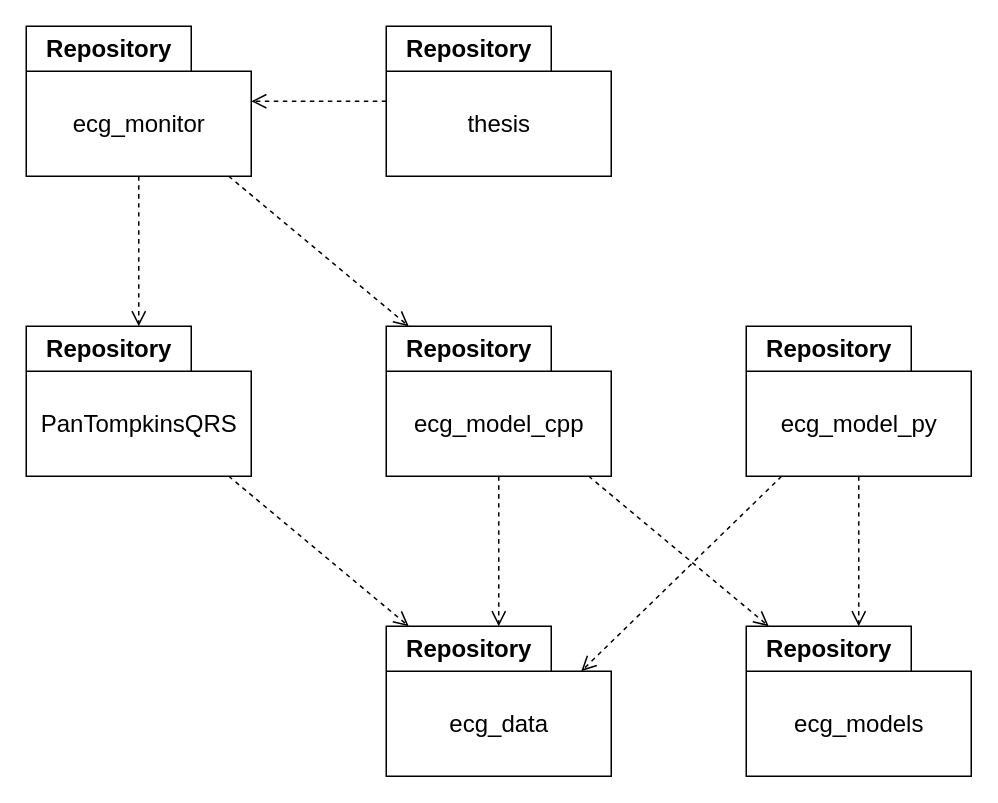
Before: assets/repositories.drawio in CCXXXI/thesis, a draw.io diagram. Source tidied: cells renumbered, new cells numbered last; positions are measured from the earlier drawing's top-left corner, leaving out a move shared by most shapes. Both pictures are drawn from the tidied source at 150%, with x=0, y=0 at pixel (26, 26).
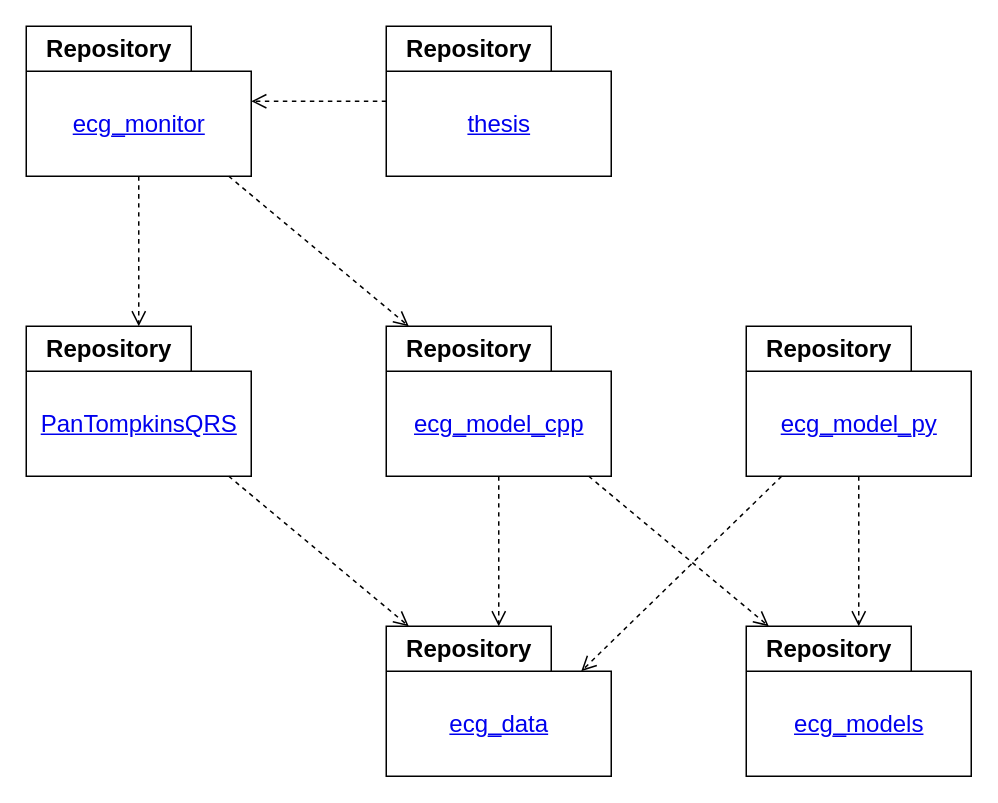
Above is the later version.

Commit message (it also covers changes not shown here):
chore(assets): add links to repositories diagram

Unchanged cells that the change refers to:
```xml
<mxCell id="2" value="Repository" style="shape=folder;fontStyle=1;tabWidth=110;tabHeight=30;tabPosition=left;html=1;boundedLbl=1;labelInHeader=1;fontSize=16;" parent="1" vertex="1">
  <mxGeometry x="240" width="150" height="100" as="geometry" />
</mxCell>
<mxCell id="4" value="Repository" style="shape=folder;fontStyle=1;tabWidth=110;tabHeight=30;tabPosition=left;html=1;boundedLbl=1;labelInHeader=1;fontSize=16;" parent="1" vertex="1">
  <mxGeometry x="240" y="200" width="150" height="100" as="geometry" />
</mxCell>
<mxCell id="6" value="Repository" style="shape=folder;fontStyle=1;tabWidth=110;tabHeight=30;tabPosition=left;html=1;boundedLbl=1;labelInHeader=1;fontSize=16;" parent="1" vertex="1">
  <mxGeometry x="480" y="200" width="150" height="100" as="geometry" />
</mxCell>
<mxCell id="8" value="Repository" style="shape=folder;fontStyle=1;tabWidth=110;tabHeight=30;tabPosition=left;html=1;boundedLbl=1;labelInHeader=1;fontSize=16;" parent="1" vertex="1">
  <mxGeometry x="480" y="400" width="150" height="100" as="geometry" />
</mxCell>
<mxCell id="10" value="Repository" style="shape=folder;fontStyle=1;tabWidth=110;tabHeight=30;tabPosition=left;html=1;boundedLbl=1;labelInHeader=1;fontSize=16;" parent="1" vertex="1">
  <mxGeometry width="150" height="100" as="geometry" />
</mxCell>
<mxCell id="12" value="Repository" style="shape=folder;fontStyle=1;tabWidth=110;tabHeight=30;tabPosition=left;html=1;boundedLbl=1;labelInHeader=1;fontSize=16;" parent="1" vertex="1">
  <mxGeometry x="240" y="400" width="150" height="100" as="geometry" />
</mxCell>
<mxCell id="14" value="Repository" style="shape=folder;fontStyle=1;tabWidth=110;tabHeight=30;tabPosition=left;html=1;boundedLbl=1;labelInHeader=1;fontSize=16;" parent="1" vertex="1">
  <mxGeometry y="200" width="150" height="100" as="geometry" />
</mxCell>
```

Change to the diagram source:
```diff
@@
-    <mxCell id="3" value="thesis" style="html=1;strokeColor=none;fillColor=none;fontSize=16;" parent="2" vertex="1">
+    <mxCell id="3" value="&lt;a href=&quot;https://github.com/CCXXXI/thesis&quot;&gt;thesis&lt;/a&gt;" style="html=1;strokeColor=none;fillColor=none;fontSize=16;" parent="2" vertex="1">
       <mxGeometry width="150" height="70" relative="1" as="geometry">
         <mxPoint y="30" as="offset" />
       </mxGeometry>
     </mxCell>
@@
-    <mxCell id="5" value="ecg_model_cpp" style="html=1;strokeColor=none;fillColor=none;fontSize=16;" parent="4" vertex="1">
+    <mxCell id="5" value="&lt;a href=&quot;https://github.com/CCXXXI/ecg_model_cpp&quot;&gt;ecg_model_cpp&lt;/a&gt;" style="html=1;strokeColor=none;fillColor=none;fontSize=16;" parent="4" vertex="1">
       <mxGeometry width="150" height="70" relative="1" as="geometry">
         <mxPoint y="30" as="offset" />
       </mxGeometry>
     </mxCell>
@@
-    <mxCell id="7" value="ecg_model_py" style="html=1;strokeColor=none;fillColor=none;fontSize=16;" parent="6" vertex="1">
+    <mxCell id="7" value="&lt;a href=&quot;https://github.com/CCXXXI/ecg_model_py&quot;&gt;ecg_model_py&lt;/a&gt;" style="html=1;strokeColor=none;fillColor=none;fontSize=16;" parent="6" vertex="1">
       <mxGeometry width="150" height="70" relative="1" as="geometry">
         <mxPoint y="30" as="offset" />
       </mxGeometry>
     </mxCell>
@@
-    <mxCell id="9" value="ecg_models" style="html=1;strokeColor=none;fillColor=none;fontSize=16;" parent="8" vertex="1">
+    <mxCell id="9" value="&lt;a href=&quot;https://github.com/CCXXXI/ecg_models&quot;&gt;ecg_models&lt;/a&gt;" style="html=1;strokeColor=none;fillColor=none;fontSize=16;" parent="8" vertex="1">
       <mxGeometry width="150" height="70" relative="1" as="geometry">
         <mxPoint y="30" as="offset" />
       </mxGeometry>
     </mxCell>
@@
-    <mxCell id="11" value="ecg_monitor" style="html=1;strokeColor=none;fillColor=none;fontSize=16;" parent="10" vertex="1">
+    <mxCell id="11" value="&lt;a href=&quot;https://github.com/CCXXXI/ecg_monitor&quot;&gt;ecg_monitor&lt;/a&gt;" style="html=1;strokeColor=none;fillColor=none;fontSize=16;" parent="10" vertex="1">
       <mxGeometry width="150" height="70" relative="1" as="geometry">
         <mxPoint y="30" as="offset" />
       </mxGeometry>
     </mxCell>
@@
-    <mxCell id="13" value="ecg_data" style="html=1;strokeColor=none;fillColor=none;fontSize=16;" parent="12" vertex="1">
+    <mxCell id="13" value="&lt;a href=&quot;https://github.com/CCXXXI/ecg_data&quot;&gt;ecg_data&lt;/a&gt;" style="html=1;strokeColor=none;fillColor=none;fontSize=16;" parent="12" vertex="1">
       <mxGeometry width="150" height="70" relative="1" as="geometry">
         <mxPoint y="30" as="offset" />
       </mxGeometry>
     </mxCell>
@@
-    <mxCell id="15" value="PanTompkinsQRS" style="html=1;strokeColor=none;fillColor=none;fontSize=16;" parent="14" vertex="1">
+    <mxCell id="15" value="&lt;a href=&quot;https://github.com/CCXXXI/PanTompkinsQRS&quot;&gt;PanTompkinsQRS&lt;/a&gt;" style="html=1;strokeColor=none;fillColor=none;fontSize=16;" parent="14" vertex="1">
       <mxGeometry width="150" height="70" relative="1" as="geometry">
         <mxPoint y="30" as="offset" />
       </mxGeometry>
     </mxCell>
```
